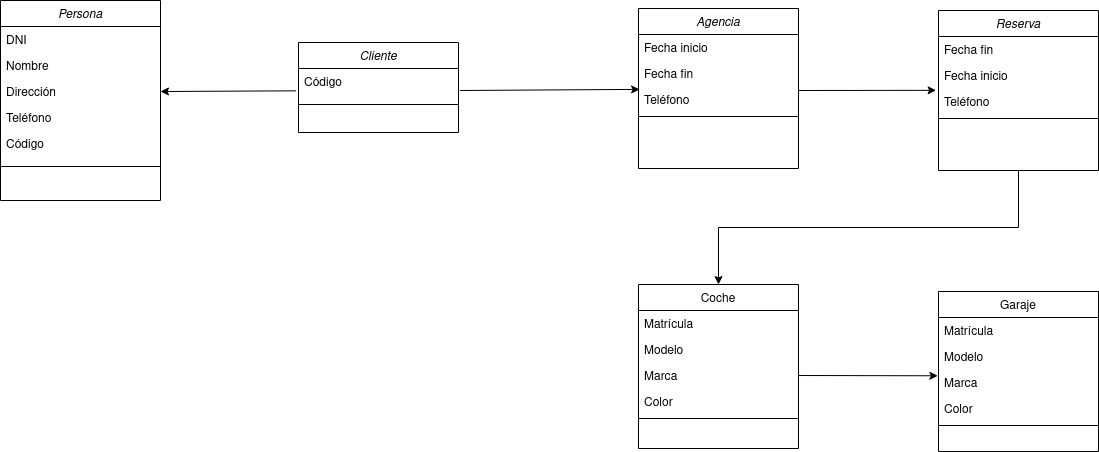
The draw.io diagram Tareas/AlquierCoches.drawio.png in colidom/ets, before a commit. Source tidied: cells renumbered, new cells last; positions are measured from the earlier drawing's top-left corner, leaving out a move shared by most shapes.
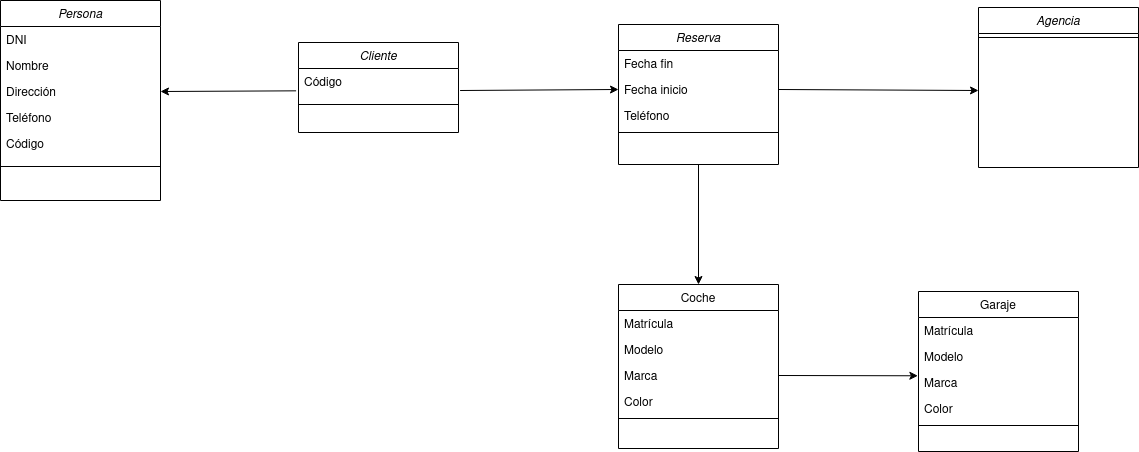
After the commit.

Change to the diagram source:
```diff
@@ -24,7 +24,7 @@
       <mxGeometry y="156" width="160" height="20" as="geometry" />
     </mxCell>
     <mxCell id="9" value="Coche" style="swimlane;fontStyle=0;align=center;verticalAlign=top;horizontal=1;startSize=26;rounded=0;shadow=0;strokeWidth=1;" parent="1" vertex="1">
-      <mxGeometry x="638" y="284" width="160" height="164" as="geometry" />
+      <mxGeometry x="618" y="284" width="160" height="164" as="geometry" />
     </mxCell>
     <mxCell id="10" value="Matrícula" style="text;align=left;verticalAlign=top;spacingLeft=4;spacingRight=4;overflow=hidden;" parent="9" vertex="1">
       <mxGeometry y="26" width="160" height="26" as="geometry" />
@@ -45,22 +45,13 @@
       <mxGeometry relative="1" as="geometry" />
     </mxCell>
     <mxCell id="16" value="Agencia" style="swimlane;fontStyle=2;align=center;verticalAlign=top;horizontal=1;startSize=26;rounded=0;shadow=0;strokeWidth=1;" parent="1" vertex="1">
-      <mxGeometry x="638" y="8" width="160" height="160" as="geometry" />
+      <mxGeometry x="978" y="7" width="160" height="160" as="geometry" />
     </mxCell>
-    <mxCell id="17" value="Fecha inicio" style="text;align=left;verticalAlign=top;spacingLeft=4;spacingRight=4;overflow=hidden;" parent="16" vertex="1">
-      <mxGeometry y="26" width="160" height="26" as="geometry" />
-    </mxCell>
-    <mxCell id="18" value="Fecha fin" style="text;align=left;verticalAlign=top;spacingLeft=4;spacingRight=4;overflow=hidden;rounded=0;shadow=0;html=0;" parent="16" vertex="1">
-      <mxGeometry y="52" width="160" height="26" as="geometry" />
-    </mxCell>
-    <mxCell id="19" value="Teléfono" style="text;align=left;verticalAlign=top;spacingLeft=4;spacingRight=4;overflow=hidden;points=[[0,0.5],[1,0.5]];portConstraint=eastwest;rounded=0;shadow=0;html=0;" parent="16" vertex="1">
-      <mxGeometry y="78" width="160" height="26" as="geometry" />
-    </mxCell>
     <mxCell id="20" style="line;html=1;strokeWidth=1;align=left;verticalAlign=middle;spacingTop=-1;spacingLeft=3;spacingRight=3;labelPosition=right;" parent="16" vertex="1">
-      <mxGeometry y="104" width="160" height="8" as="geometry" />
+      <mxGeometry y="26" width="160" height="8" as="geometry" />
     </mxCell>
     <mxCell id="21" value="Garaje" style="swimlane;fontStyle=0;align=center;verticalAlign=top;horizontal=1;startSize=26;rounded=0;shadow=0;strokeWidth=1;" parent="1" vertex="1">
-      <mxGeometry x="938" y="291" width="160" height="160" as="geometry" />
+      <mxGeometry x="918" y="291" width="160" height="160" as="geometry" />
     </mxCell>
     <mxCell id="22" value="Matrícula" style="text;align=left;verticalAlign=top;spacingLeft=4;spacingRight=4;overflow=hidden;" parent="21" vertex="1">
       <mxGeometry y="26" width="160" height="26" as="geometry" />
@@ -78,7 +69,7 @@
       <mxGeometry y="130" width="160" height="8" as="geometry" />
     </mxCell>
     <mxCell id="27" value="Reserva" style="swimlane;fontStyle=2;align=center;verticalAlign=top;horizontal=1;startSize=26;rounded=0;shadow=0;strokeWidth=1;" parent="1" vertex="1">
-      <mxGeometry x="938" y="10" width="160" height="160" as="geometry" />
+      <mxGeometry x="618" y="24" width="160" height="140" as="geometry" />
     </mxCell>
     <mxCell id="28" value="Fecha fin" style="text;align=left;verticalAlign=top;spacingLeft=4;spacingRight=4;overflow=hidden;rounded=0;shadow=0;html=0;" parent="27" vertex="1">
       <mxGeometry y="26" width="160" height="26" as="geometry" />
@@ -104,15 +95,16 @@
     <mxCell id="35" style="endArrow=classic;html=1;rounded=0;entryX=1;entryY=0.5;entryDx=0;entryDy=0;exitX=-0.015;exitY=0.859;exitDx=0;exitDy=0;exitPerimeter=0;" parent="1" edge="1" source="33" target="5">
       <mxGeometry relative="1" as="geometry" />
     </mxCell>
-    <mxCell id="36" style="endArrow=classic;html=1;rounded=0;entryX=0.007;entryY=0.111;entryDx=0;entryDy=0;exitX=1.01;exitY=0.846;exitDx=0;exitDy=0;entryPerimeter=0;exitPerimeter=0;" parent="1" edge="1" source="33" target="19">
+    <mxCell id="36" style="endArrow=classic;html=1;rounded=0;entryX=0;entryY=0.5;entryDx=0;entryDy=0;exitX=1.01;exitY=0.846;exitDx=0;exitDy=0;exitPerimeter=0;" parent="1" edge="1" source="33" target="29">
       <mxGeometry relative="1" as="geometry" />
     </mxCell>
     <mxCell id="37" style="endArrow=classic;html=1;rounded=0;entryX=-0.004;entryY=0.242;entryDx=0;entryDy=0;exitX=1;exitY=0.5;exitDx=0;exitDy=0;entryPerimeter=0;" parent="1" edge="1" source="12" target="24">
       <mxGeometry relative="1" as="geometry" />
     </mxCell>
-    <mxCell id="38" style="endArrow=classic;html=1;rounded=0;entryX=-0.015;entryY=0.07;entryDx=0;entryDy=0;entryPerimeter=0;" parent="1" edge="1" target="30">
+    <mxCell id="38" style="endArrow=classic;html=1;rounded=0;exitX=1;exitY=0.5;exitDx=0;exitDy=0;" parent="1" edge="1">
       <mxGeometry relative="1" as="geometry">
-        <mxPoint x="798" y="90" as="sourcePoint" />
+        <mxPoint x="778" y="89" as="sourcePoint" />
+        <mxPoint x="978" y="90" as="targetPoint" />
       </mxGeometry>
     </mxCell>
   </root>
```
